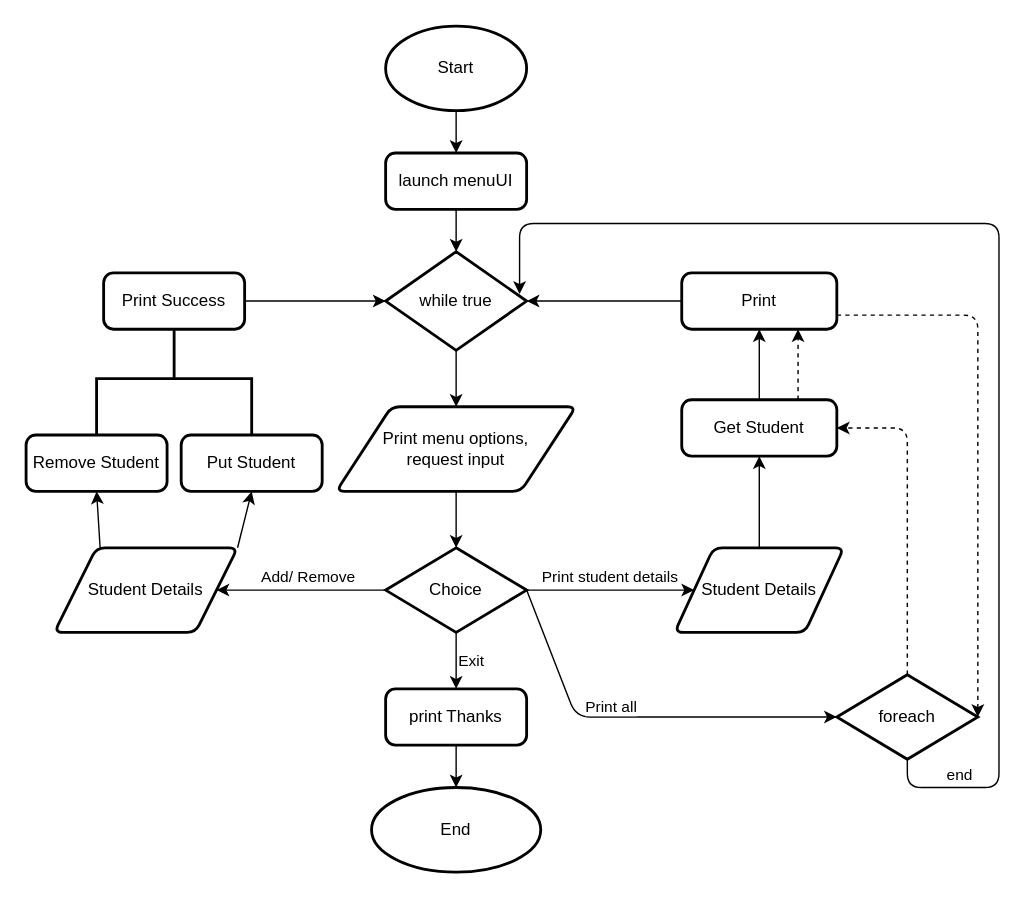
This is ClassAndObjects/collectionmaps/assets/flowStudents.drawio from williamng95/mthree-C207, a draw.io file, before an edit. Source tidied: cells renumbered, new cells numbered last; positions are measured from the earlier drawing's top-left corner, leaving out a move shared by most shapes. Both pictures are drawn from the tidied source at 141%, with x=0, y=0 at pixel (25, 25).
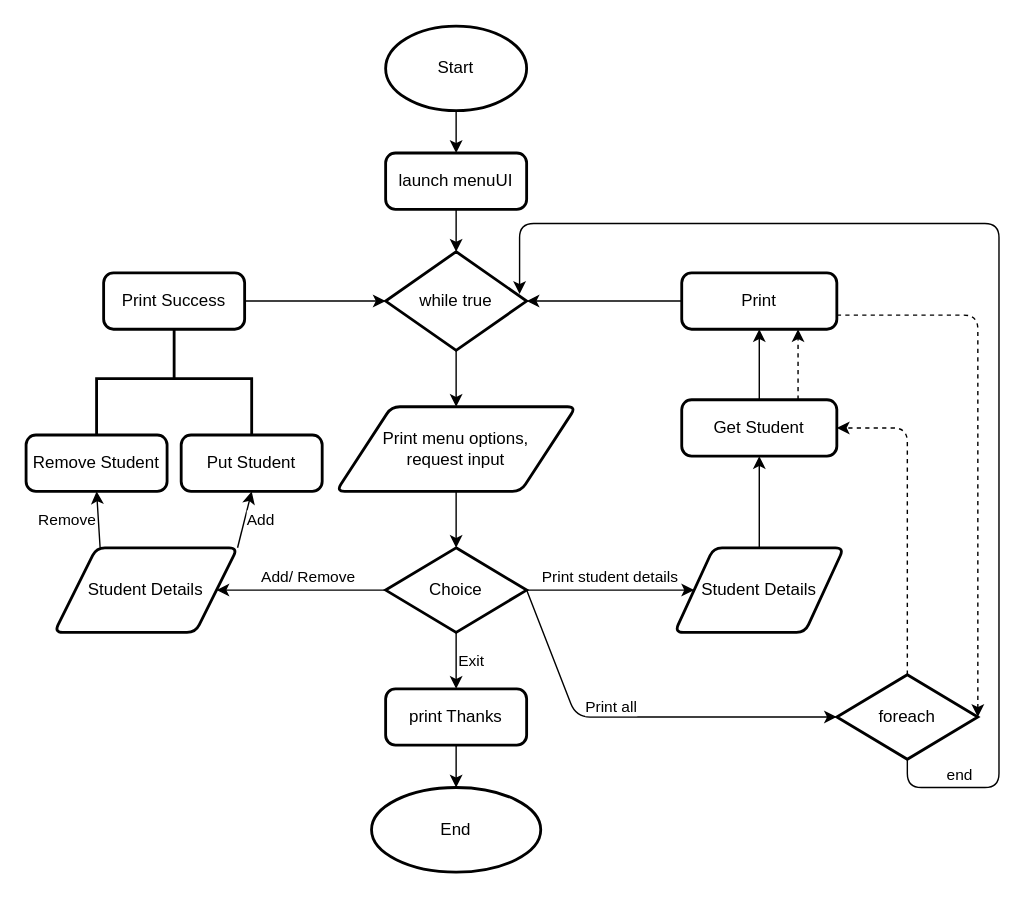
The same page after the edit.

The change refers to these unchanged cells:
```xml
<mxCell id="22" value="Student Details" style="shape=parallelogram;html=1;strokeWidth=2;perimeter=parallelogramPerimeter;whiteSpace=wrap;rounded=1;arcSize=12;size=0.23;" parent="1" vertex="1">
  <mxGeometry x="20" y="370" width="130" height="60" as="geometry" />
</mxCell>
<mxCell id="23" value="Put Student" style="rounded=1;whiteSpace=wrap;html=1;absoluteArcSize=1;arcSize=14;strokeWidth=2;" parent="1" vertex="1">
  <mxGeometry x="110" y="290" width="100" height="40" as="geometry" />
</mxCell>
<mxCell id="24" value="Remove Student" style="rounded=1;whiteSpace=wrap;html=1;absoluteArcSize=1;arcSize=14;strokeWidth=2;" parent="1" vertex="1">
  <mxGeometry y="290" width="100" height="40" as="geometry" />
</mxCell>
```

What changed in the source:
```diff
@@
-    <mxCell id="20" style="edgeStyle=none;html=1;exitX=0.25;exitY=0;exitDx=0;exitDy=0;verticalAlign=bottom;entryX=0.5;entryY=1;entryDx=0;entryDy=0;" parent="1" edge="1" source="22" target="24">
+    <mxCell id="20" value="Remove" style="edgeStyle=none;html=1;exitX=0.25;exitY=0;exitDx=0;exitDy=0;verticalAlign=middle;entryX=0.5;entryY=1;entryDx=0;entryDy=0;labelPosition=left;verticalLabelPosition=middle;align=right;" parent="1" edge="1" source="22" target="24">
       <mxGeometry relative="1" as="geometry" />
     </mxCell>
-    <mxCell id="21" style="edgeStyle=none;html=1;exitX=1;exitY=0;exitDx=0;exitDy=0;verticalAlign=bottom;entryX=0.5;entryY=1;entryDx=0;entryDy=0;" parent="1" edge="1" source="22" target="23">
+    <mxCell id="21" value="Add" style="edgeStyle=none;html=1;exitX=1;exitY=0;exitDx=0;exitDy=0;verticalAlign=middle;entryX=0.5;entryY=1;entryDx=0;entryDy=0;labelPosition=right;verticalLabelPosition=middle;align=left;" parent="1" edge="1" source="22" target="23">
       <mxGeometry relative="1" as="geometry" />
     </mxCell>
```
